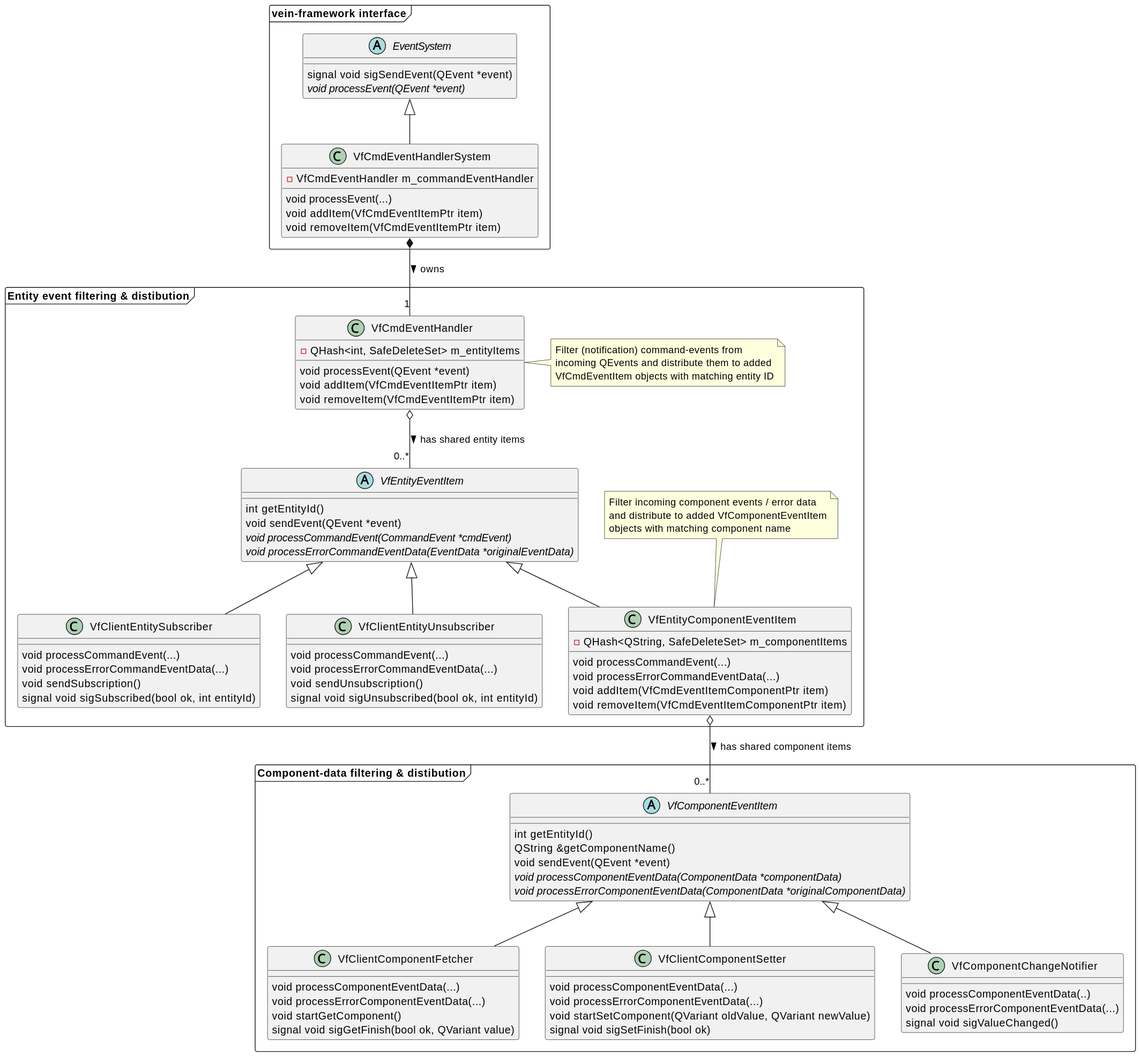
ZeraGmbH/vein-framework keeps this PlantUML diagram as convenient-code/doc/convenient-code-uml.svg. Above is the earlier version.
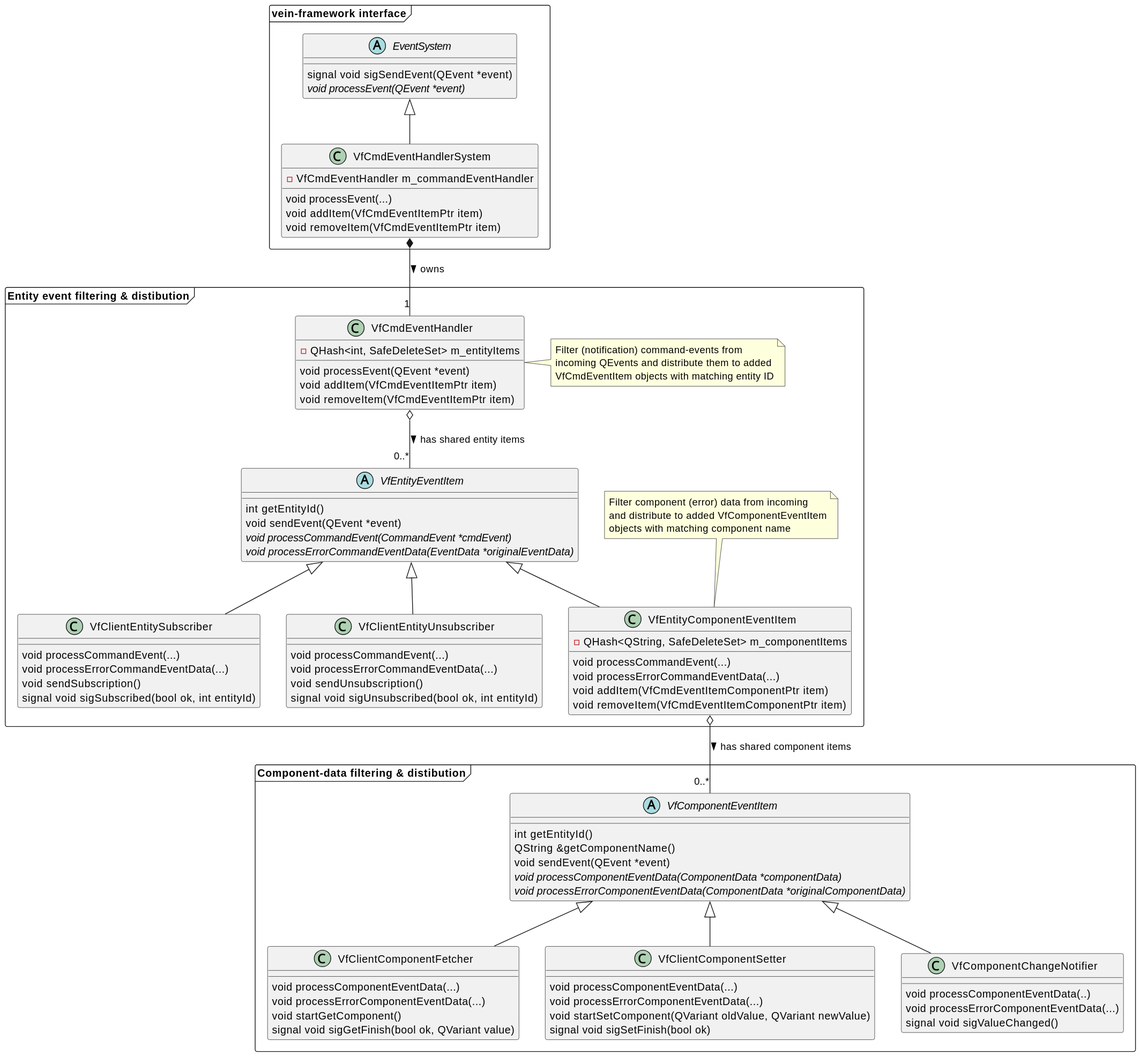
Later version of the same file.

Commit message:
convenient-code: More work on class diagram notes

The edit, as a diff of the source:
```diff
@@ -51,7 +51,7 @@
         void removeItem(VfCmdEventItemComponentPtr item)
         -QHash<QString, SafeDeleteSet> m_componentItems
     }
-    note top: Filter incoming component events / error data\nand distribute to added VfComponentEventItem\nobjects with matching component name
+    note top: Filter component (error) data from incoming\nand distribute to added VfComponentEventItem\nobjects with matching component name
     VfClientEntitySubscriber -[hidden]> VfClientEntityUnsubscriber
     VfClientEntityUnsubscriber -[hidden]> VfEntityComponentEventItem
 }
```
